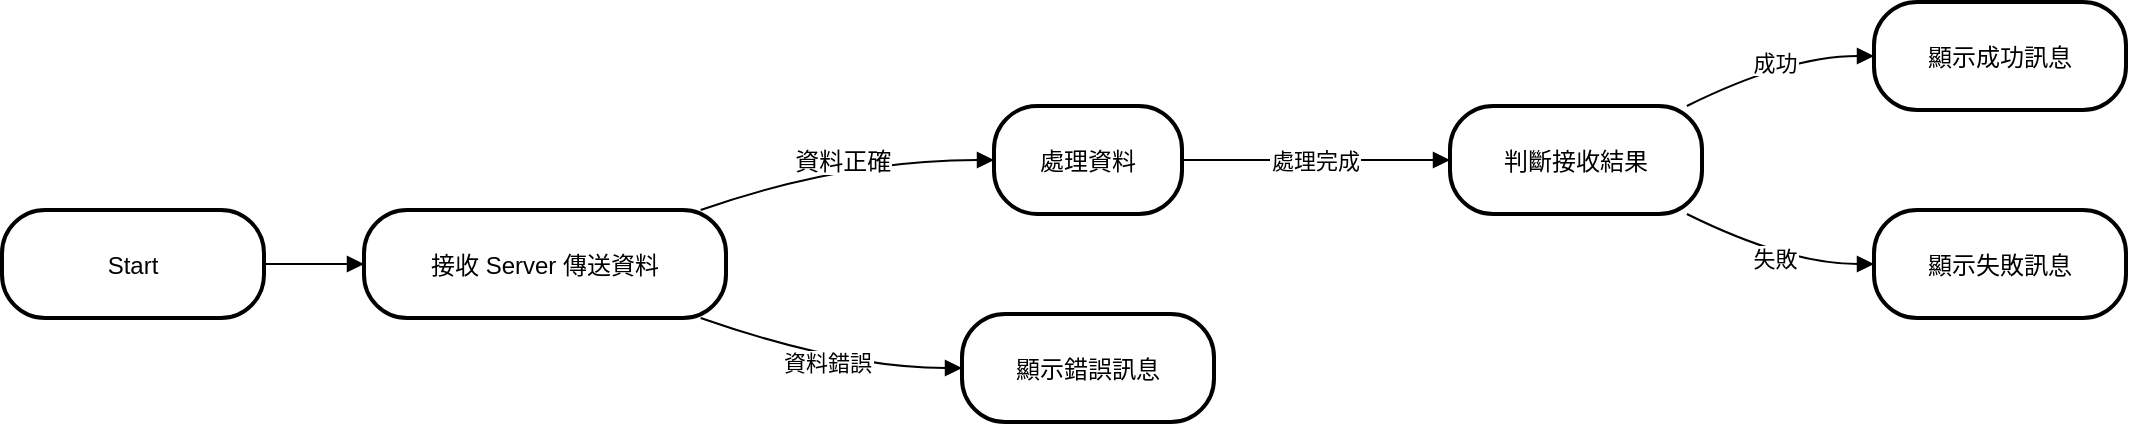
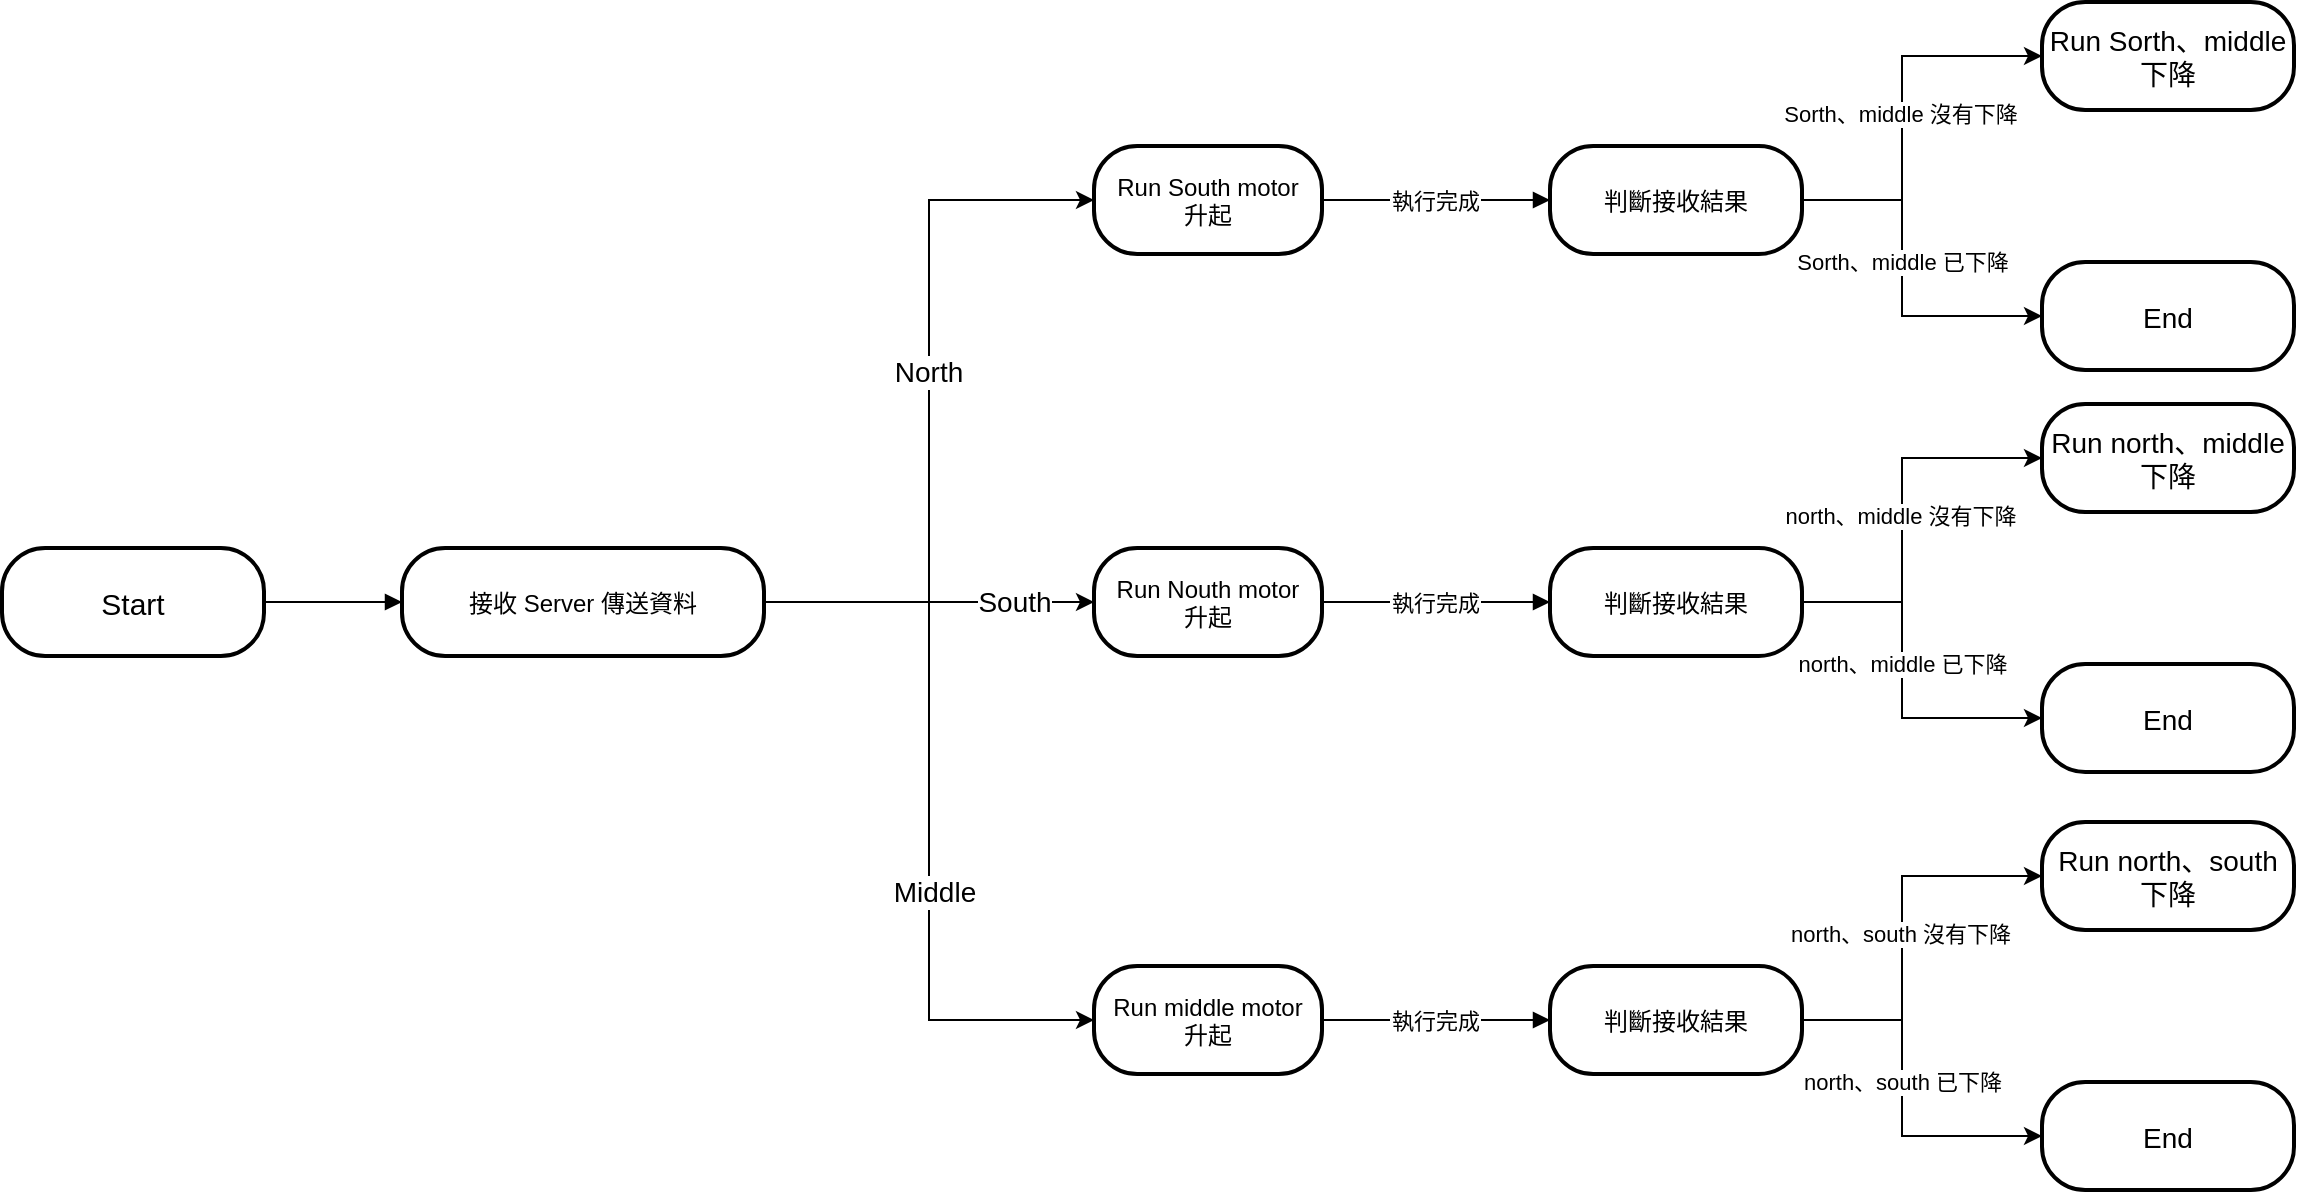
<mxfile host="app.diagrams.net" agent="Mozilla/5.0 (Windows NT 10.0; Win64; x64) AppleWebKit/537.36 (KHTML, like Gecko) Chrome/131.0.0.0 Safari/537.36" version="26.0.1">
  <diagram name="第 1 页" id="UEBIbAkwNvi9270jXavC">
    <mxGraphModel dx="1434" dy="738" grid="1" gridSize="10" guides="1" tooltips="1" connect="1" arrows="1" fold="1" page="1" pageScale="1" pageWidth="827" pageHeight="1169" math="0" shadow="0">
      <root>
        <mxCell id="0" />
        <mxCell id="1" parent="0" />
-         <mxCell id="2" value="Start" style="rounded=1;arcSize=40;strokeWidth=2" parent="1" vertex="1">
-           <mxGeometry x="150" y="324" width="131" height="54" as="geometry" />
+         <mxCell id="2" value="Start" style="rounded=1;arcSize=40;strokeWidth=2;fontSize=15;" parent="1" vertex="1">
+           <mxGeometry x="100" y="473" width="131" height="54" as="geometry" />
+         </mxCell>
+         <mxCell id="pxDQ8JFiSgeHR5NtUmY3-33" style="edgeStyle=orthogonalEdgeStyle;rounded=0;orthogonalLoop=1;jettySize=auto;html=1;entryX=0;entryY=0.5;entryDx=0;entryDy=0;" edge="1" parent="1" source="3" target="pxDQ8JFiSgeHR5NtUmY3-23">
+           <mxGeometry relative="1" as="geometry" />
+         </mxCell>
+         <mxCell id="pxDQ8JFiSgeHR5NtUmY3-36" value="&lt;font style=&quot;font-size: 14px;&quot;&gt;South&lt;/font&gt;" style="edgeLabel;html=1;align=center;verticalAlign=middle;resizable=0;points=[];" vertex="1" connectable="0" parent="pxDQ8JFiSgeHR5NtUmY3-33">
+           <mxGeometry x="-0.0612" y="1" relative="1" as="geometry">
+             <mxPoint x="47" y="1" as="offset" />
+           </mxGeometry>
+         </mxCell>
+         <mxCell id="pxDQ8JFiSgeHR5NtUmY3-34" style="edgeStyle=orthogonalEdgeStyle;rounded=0;orthogonalLoop=1;jettySize=auto;html=1;entryX=0;entryY=0.5;entryDx=0;entryDy=0;" edge="1" parent="1" source="3" target="4">
+           <mxGeometry relative="1" as="geometry" />
+         </mxCell>
+         <mxCell id="pxDQ8JFiSgeHR5NtUmY3-35" value="&lt;font style=&quot;font-size: 14px;&quot;&gt;North&lt;/font&gt;" style="edgeLabel;html=1;align=center;verticalAlign=middle;resizable=0;points=[];" vertex="1" connectable="0" parent="pxDQ8JFiSgeHR5NtUmY3-34">
+           <mxGeometry x="0.1538" y="2" relative="1" as="geometry">
+             <mxPoint x="1" y="13" as="offset" />
+           </mxGeometry>
+         </mxCell>
+         <mxCell id="pxDQ8JFiSgeHR5NtUmY3-47" style="edgeStyle=orthogonalEdgeStyle;rounded=0;orthogonalLoop=1;jettySize=auto;html=1;entryX=0;entryY=0.5;entryDx=0;entryDy=0;" edge="1" parent="1" source="3" target="pxDQ8JFiSgeHR5NtUmY3-37">
+           <mxGeometry relative="1" as="geometry" />
+         </mxCell>
+         <mxCell id="pxDQ8JFiSgeHR5NtUmY3-48" value="&lt;font style=&quot;font-size: 14px;&quot;&gt;Middle&lt;/font&gt;" style="edgeLabel;html=1;align=center;verticalAlign=middle;resizable=0;points=[];" vertex="1" connectable="0" parent="pxDQ8JFiSgeHR5NtUmY3-47">
+           <mxGeometry x="0.2177" y="3" relative="1" as="geometry">
+             <mxPoint x="-1" as="offset" />
+           </mxGeometry>
        </mxCell>
        <mxCell id="3" value="接收 Server 傳送資料" style="rounded=1;arcSize=40;strokeWidth=2" parent="1" vertex="1">
-           <mxGeometry x="331" y="324" width="181" height="54" as="geometry" />
+           <mxGeometry x="300" y="473" width="181" height="54" as="geometry" />
        </mxCell>
-         <mxCell id="4" value="處理資料" style="rounded=1;arcSize=40;strokeWidth=2" parent="1" vertex="1">
-           <mxGeometry x="646" y="272" width="94" height="54" as="geometry" />
+         <mxCell id="4" value="Run South motor&#xa;升起" style="rounded=1;arcSize=40;strokeWidth=2" parent="1" vertex="1">
+           <mxGeometry x="646" y="272" width="114" height="54" as="geometry" />
        </mxCell>
-         <mxCell id="5" value="顯示錯誤訊息" style="rounded=1;arcSize=40;strokeWidth=2" parent="1" vertex="1">
-           <mxGeometry x="630" y="376" width="126" height="54" as="geometry" />
+         <mxCell id="pxDQ8JFiSgeHR5NtUmY3-15" style="edgeStyle=orthogonalEdgeStyle;rounded=0;orthogonalLoop=1;jettySize=auto;html=1;entryX=0;entryY=0.5;entryDx=0;entryDy=0;" edge="1" parent="1" source="6" target="7">
+           <mxGeometry relative="1" as="geometry">
+             <Array as="points">
+               <mxPoint x="1050" y="299" />
+               <mxPoint x="1050" y="227" />
+             </Array>
+           </mxGeometry>
+         </mxCell>
+         <mxCell id="pxDQ8JFiSgeHR5NtUmY3-16" value="Sorth、middle 沒有下降" style="edgeLabel;html=1;align=center;verticalAlign=middle;resizable=0;points=[];" vertex="1" connectable="0" parent="pxDQ8JFiSgeHR5NtUmY3-15">
+           <mxGeometry x="0.0759" y="1" relative="1" as="geometry">
+             <mxPoint y="10" as="offset" />
+           </mxGeometry>
+         </mxCell>
+         <mxCell id="pxDQ8JFiSgeHR5NtUmY3-21" style="edgeStyle=orthogonalEdgeStyle;rounded=0;orthogonalLoop=1;jettySize=auto;html=1;entryX=0;entryY=0.5;entryDx=0;entryDy=0;" edge="1" parent="1" source="6" target="pxDQ8JFiSgeHR5NtUmY3-19">
+           <mxGeometry relative="1" as="geometry">
+             <Array as="points">
+               <mxPoint x="1050" y="299" />
+               <mxPoint x="1050" y="357" />
+             </Array>
+           </mxGeometry>
        </mxCell>
        <mxCell id="6" value="判斷接收結果" style="rounded=1;arcSize=40;strokeWidth=2" parent="1" vertex="1">
          <mxGeometry x="874" y="272" width="126" height="54" as="geometry" />
        </mxCell>
-         <mxCell id="7" value="顯示成功訊息" style="rounded=1;arcSize=40;strokeWidth=2" parent="1" vertex="1">
-           <mxGeometry x="1086" y="220" width="126" height="54" as="geometry" />
-         </mxCell>
-         <mxCell id="8" value="顯示失敗訊息" style="rounded=1;arcSize=40;strokeWidth=2" parent="1" vertex="1">
-           <mxGeometry x="1086" y="324" width="126" height="54" as="geometry" />
+         <mxCell id="7" value="Run Sorth、middle&#xa;下降" style="rounded=1;arcSize=40;strokeWidth=2;fontSize=14;" parent="1" vertex="1">
+           <mxGeometry x="1120" y="200" width="126" height="54" as="geometry" />
        </mxCell>
        <mxCell id="9" value="" style="curved=1;startArrow=none;endArrow=block;exitX=1;exitY=0.5;entryX=0;entryY=0.5;" parent="1" source="2" target="3" edge="1">
          <mxGeometry relative="1" as="geometry">
            <Array as="points" />
          </mxGeometry>
        </mxCell>
-         <mxCell id="10" value="資料正確" style="curved=1;startArrow=none;endArrow=block;exitX=0.93;exitY=0;entryX=0;entryY=0.5;fontSize=12;" parent="1" source="3" target="4" edge="1">
-           <mxGeometry relative="1" as="geometry">
-             <Array as="points">
-               <mxPoint x="571" y="299" />
-             </Array>
-           </mxGeometry>
-         </mxCell>
-         <mxCell id="11" value="資料錯誤" style="curved=1;startArrow=none;endArrow=block;exitX=0.93;exitY=1;entryX=0;entryY=0.5;" parent="1" source="3" target="5" edge="1">
-           <mxGeometry relative="1" as="geometry">
-             <Array as="points">
-               <mxPoint x="571" y="403" />
-             </Array>
-           </mxGeometry>
-         </mxCell>
-         <mxCell id="12" value="處理完成" style="curved=1;startArrow=none;endArrow=block;exitX=1;exitY=0.5;entryX=0;entryY=0.5;" parent="1" source="4" target="6" edge="1">
+         <mxCell id="12" value="執行完成" style="curved=1;startArrow=none;endArrow=block;exitX=1;exitY=0.5;entryX=0;entryY=0.5;" parent="1" source="4" target="6" edge="1">
          <mxGeometry relative="1" as="geometry">
            <Array as="points" />
          </mxGeometry>
        </mxCell>
-         <mxCell id="13" value="成功" style="curved=1;startArrow=none;endArrow=block;exitX=0.94;exitY=0;entryX=0;entryY=0.5;" parent="1" source="6" target="7" edge="1">
+         <mxCell id="pxDQ8JFiSgeHR5NtUmY3-19" value="End" style="rounded=1;arcSize=40;strokeWidth=2;fontSize=14;" vertex="1" parent="1">
+           <mxGeometry x="1120" y="330" width="126" height="54" as="geometry" />
+         </mxCell>
+         <mxCell id="pxDQ8JFiSgeHR5NtUmY3-22" value="Sorth、middle 已下降" style="edgeLabel;html=1;align=center;verticalAlign=middle;resizable=0;points=[];" vertex="1" connectable="0" parent="1">
+           <mxGeometry x="1050" y="330" as="geometry" />
+         </mxCell>
+         <mxCell id="pxDQ8JFiSgeHR5NtUmY3-23" value="Run Nouth motor&#xa;升起" style="rounded=1;arcSize=40;strokeWidth=2" vertex="1" parent="1">
+           <mxGeometry x="646" y="473" width="114" height="54" as="geometry" />
+         </mxCell>
+         <mxCell id="pxDQ8JFiSgeHR5NtUmY3-24" style="edgeStyle=orthogonalEdgeStyle;rounded=0;orthogonalLoop=1;jettySize=auto;html=1;entryX=0;entryY=0.5;entryDx=0;entryDy=0;" edge="1" parent="1" source="pxDQ8JFiSgeHR5NtUmY3-27" target="pxDQ8JFiSgeHR5NtUmY3-28">
          <mxGeometry relative="1" as="geometry">
            <Array as="points">
-               <mxPoint x="1043" y="247" />
+               <mxPoint x="1050" y="500" />
+               <mxPoint x="1050" y="428" />
            </Array>
          </mxGeometry>
        </mxCell>
-         <mxCell id="14" value="失敗" style="curved=1;startArrow=none;endArrow=block;exitX=0.94;exitY=1;entryX=0;entryY=0.5;" parent="1" source="6" target="8" edge="1">
+         <mxCell id="pxDQ8JFiSgeHR5NtUmY3-25" value="north、middle 沒有下降" style="edgeLabel;html=1;align=center;verticalAlign=middle;resizable=0;points=[];" vertex="1" connectable="0" parent="pxDQ8JFiSgeHR5NtUmY3-24">
+           <mxGeometry x="0.0759" y="1" relative="1" as="geometry">
+             <mxPoint y="10" as="offset" />
+           </mxGeometry>
+         </mxCell>
+         <mxCell id="pxDQ8JFiSgeHR5NtUmY3-26" style="edgeStyle=orthogonalEdgeStyle;rounded=0;orthogonalLoop=1;jettySize=auto;html=1;entryX=0;entryY=0.5;entryDx=0;entryDy=0;" edge="1" parent="1" source="pxDQ8JFiSgeHR5NtUmY3-27" target="pxDQ8JFiSgeHR5NtUmY3-31">
          <mxGeometry relative="1" as="geometry">
            <Array as="points">
-               <mxPoint x="1043" y="351" />
+               <mxPoint x="1050" y="500" />
+               <mxPoint x="1050" y="558" />
            </Array>
          </mxGeometry>
+         </mxCell>
+         <mxCell id="pxDQ8JFiSgeHR5NtUmY3-27" value="判斷接收結果" style="rounded=1;arcSize=40;strokeWidth=2" vertex="1" parent="1">
+           <mxGeometry x="874" y="473" width="126" height="54" as="geometry" />
+         </mxCell>
+         <mxCell id="pxDQ8JFiSgeHR5NtUmY3-28" value="Run north、middle&#xa;下降" style="rounded=1;arcSize=40;strokeWidth=2;fontSize=14;" vertex="1" parent="1">
+           <mxGeometry x="1120" y="401" width="126" height="54" as="geometry" />
+         </mxCell>
+         <mxCell id="pxDQ8JFiSgeHR5NtUmY3-30" value="執行完成" style="curved=1;startArrow=none;endArrow=block;exitX=1;exitY=0.5;entryX=0;entryY=0.5;" edge="1" parent="1" source="pxDQ8JFiSgeHR5NtUmY3-23" target="pxDQ8JFiSgeHR5NtUmY3-27">
+           <mxGeometry relative="1" as="geometry">
+             <Array as="points" />
+           </mxGeometry>
+         </mxCell>
+         <mxCell id="pxDQ8JFiSgeHR5NtUmY3-31" value="End" style="rounded=1;arcSize=40;strokeWidth=2;fontSize=14;" vertex="1" parent="1">
+           <mxGeometry x="1120" y="531" width="126" height="54" as="geometry" />
+         </mxCell>
+         <mxCell id="pxDQ8JFiSgeHR5NtUmY3-32" value="north、middle 已下降" style="edgeLabel;html=1;align=center;verticalAlign=middle;resizable=0;points=[];" vertex="1" connectable="0" parent="1">
+           <mxGeometry x="1050" y="531" as="geometry" />
+         </mxCell>
+         <mxCell id="pxDQ8JFiSgeHR5NtUmY3-37" value="Run middle motor&#xa;升起" style="rounded=1;arcSize=40;strokeWidth=2" vertex="1" parent="1">
+           <mxGeometry x="646" y="682" width="114" height="54" as="geometry" />
+         </mxCell>
+         <mxCell id="pxDQ8JFiSgeHR5NtUmY3-38" style="edgeStyle=orthogonalEdgeStyle;rounded=0;orthogonalLoop=1;jettySize=auto;html=1;entryX=0;entryY=0.5;entryDx=0;entryDy=0;" edge="1" parent="1" source="pxDQ8JFiSgeHR5NtUmY3-41" target="pxDQ8JFiSgeHR5NtUmY3-42">
+           <mxGeometry relative="1" as="geometry">
+             <Array as="points">
+               <mxPoint x="1050" y="709" />
+               <mxPoint x="1050" y="637" />
+             </Array>
+           </mxGeometry>
+         </mxCell>
+         <mxCell id="pxDQ8JFiSgeHR5NtUmY3-39" value="north、south 沒有下降" style="edgeLabel;html=1;align=center;verticalAlign=middle;resizable=0;points=[];" vertex="1" connectable="0" parent="pxDQ8JFiSgeHR5NtUmY3-38">
+           <mxGeometry x="0.0759" y="1" relative="1" as="geometry">
+             <mxPoint y="10" as="offset" />
+           </mxGeometry>
+         </mxCell>
+         <mxCell id="pxDQ8JFiSgeHR5NtUmY3-40" style="edgeStyle=orthogonalEdgeStyle;rounded=0;orthogonalLoop=1;jettySize=auto;html=1;entryX=0;entryY=0.5;entryDx=0;entryDy=0;" edge="1" parent="1" source="pxDQ8JFiSgeHR5NtUmY3-41" target="pxDQ8JFiSgeHR5NtUmY3-45">
+           <mxGeometry relative="1" as="geometry">
+             <Array as="points">
+               <mxPoint x="1050" y="709" />
+               <mxPoint x="1050" y="767" />
+             </Array>
+           </mxGeometry>
+         </mxCell>
+         <mxCell id="pxDQ8JFiSgeHR5NtUmY3-41" value="判斷接收結果" style="rounded=1;arcSize=40;strokeWidth=2" vertex="1" parent="1">
+           <mxGeometry x="874" y="682" width="126" height="54" as="geometry" />
+         </mxCell>
+         <mxCell id="pxDQ8JFiSgeHR5NtUmY3-42" value="Run north、south&#xa;下降" style="rounded=1;arcSize=40;strokeWidth=2;fontSize=14;" vertex="1" parent="1">
+           <mxGeometry x="1120" y="610" width="126" height="54" as="geometry" />
+         </mxCell>
+         <mxCell id="pxDQ8JFiSgeHR5NtUmY3-44" value="執行完成" style="curved=1;startArrow=none;endArrow=block;exitX=1;exitY=0.5;entryX=0;entryY=0.5;" edge="1" parent="1" source="pxDQ8JFiSgeHR5NtUmY3-37" target="pxDQ8JFiSgeHR5NtUmY3-41">
+           <mxGeometry relative="1" as="geometry">
+             <Array as="points" />
+           </mxGeometry>
+         </mxCell>
+         <mxCell id="pxDQ8JFiSgeHR5NtUmY3-45" value="End" style="rounded=1;arcSize=40;strokeWidth=2;fontSize=14;" vertex="1" parent="1">
+           <mxGeometry x="1120" y="740" width="126" height="54" as="geometry" />
+         </mxCell>
+         <mxCell id="pxDQ8JFiSgeHR5NtUmY3-46" value="north、south 已下降" style="edgeLabel;html=1;align=center;verticalAlign=middle;resizable=0;points=[];" vertex="1" connectable="0" parent="1">
+           <mxGeometry x="1050" y="740" as="geometry" />
        </mxCell>
      </root>
    </mxGraphModel>
  </diagram>
</mxfile>
